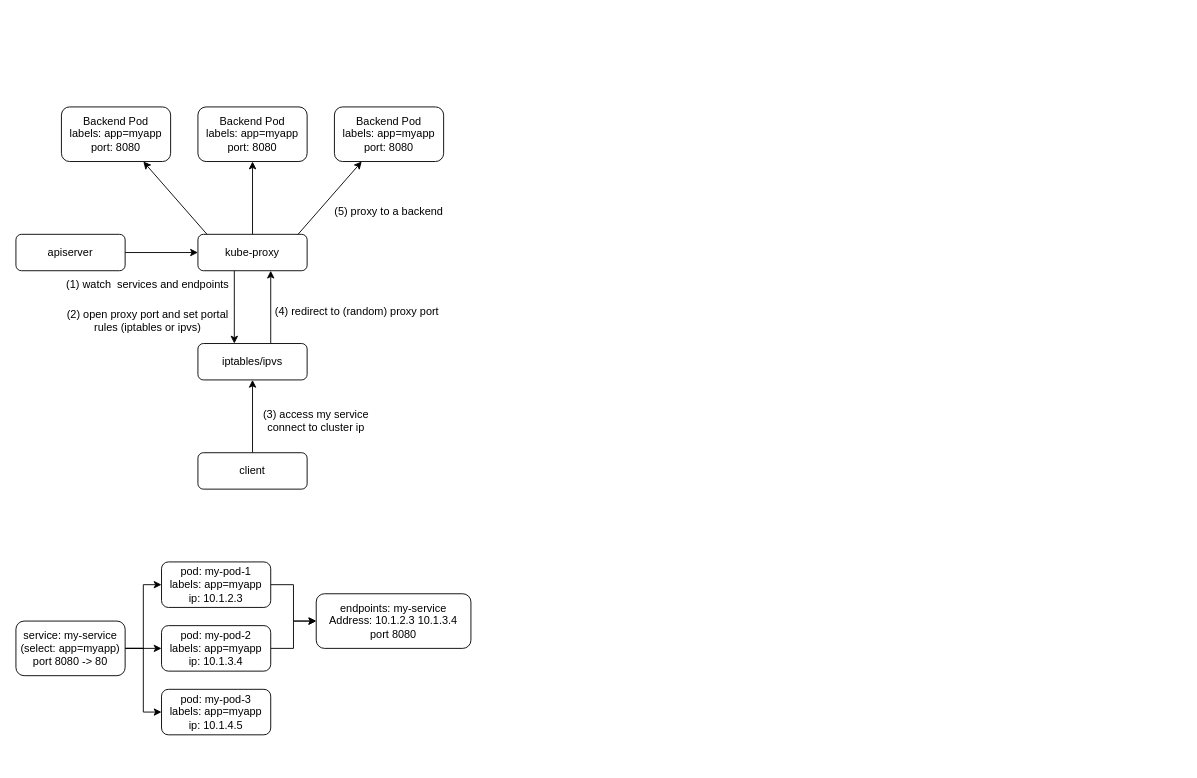
The draw.io diagram page "Page-1" (1 of 7) of alb-ingress-controller.drawio in wehyy/my-world, before the edit. Source tidied: cells renumbered, new cells numbered last; positions are measured from the earlier drawing's top-left corner, leaving out a move shared by most shapes. Both pictures are drawn from the tidied source at 91%, with x=0, y=0 at pixel (15, 106).
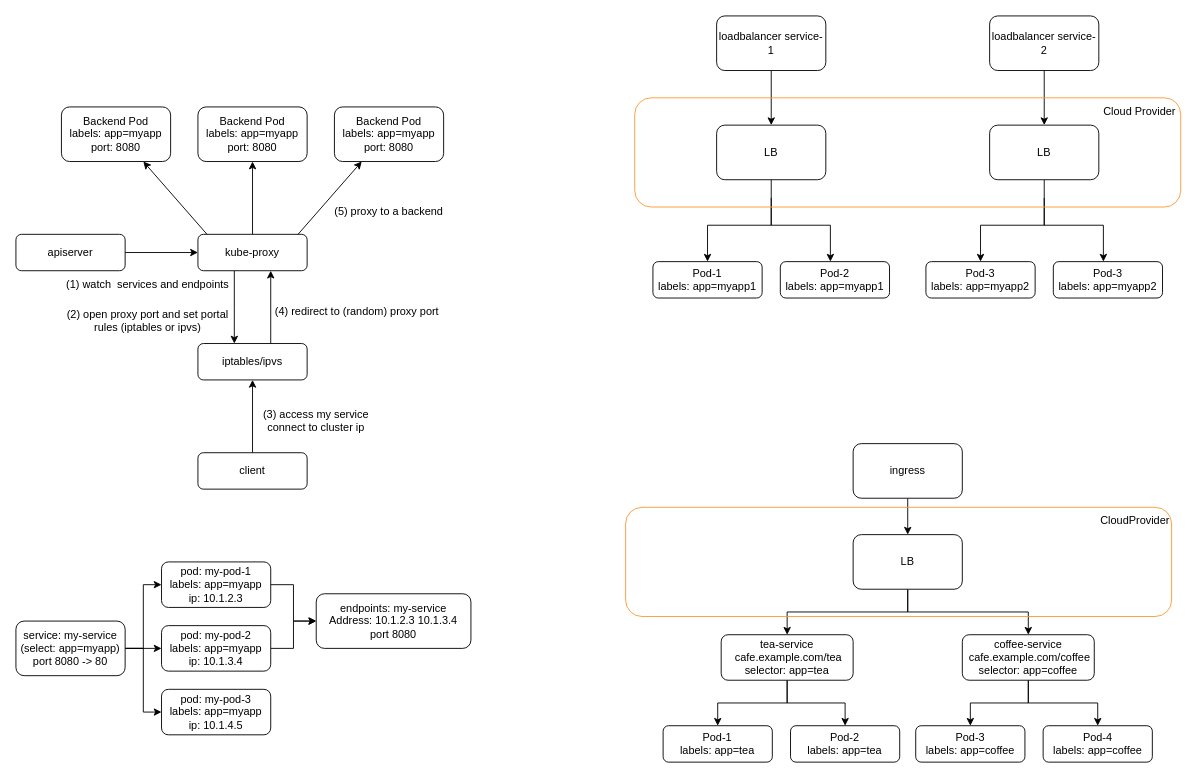
After the change.

What changed in the source:
```diff
@@
+    <mxCell id="31" style="edgeStyle=orthogonalEdgeStyle;rounded=0;jettySize=auto;html=1;" parent="1" edge="1" source="32" target="35">
+      <mxGeometry relative="1" as="geometry" />
+    </mxCell>
+    <mxCell id="32" value="&lt;font style=&quot;font-size: 12px;&quot;&gt;loadbalancer service-1&lt;/font&gt;" style="rounded=1;whiteSpace=wrap;html=1;fontSize=9;" parent="1" vertex="1">
+      <mxGeometry x="770" y="-100" width="120" height="60" as="geometry" />
+    </mxCell>
+    <mxCell id="33" style="edgeStyle=orthogonalEdgeStyle;rounded=0;jettySize=auto;html=1;exitX=0.5;exitY=1;exitDx=0;exitDy=0;" parent="1" edge="1" source="35" target="36">
+      <mxGeometry relative="1" as="geometry">
+        <Array as="points">
+          <mxPoint x="830" y="130" />
+          <mxPoint x="760" y="130" />
+        </Array>
+      </mxGeometry>
+    </mxCell>
+    <mxCell id="34" style="edgeStyle=orthogonalEdgeStyle;rounded=0;jettySize=auto;html=1;" parent="1" edge="1" target="37">
+      <mxGeometry relative="1" as="geometry">
+        <mxPoint x="830" y="100" as="sourcePoint" />
+        <Array as="points">
+          <mxPoint x="830" y="130" />
+          <mxPoint x="895" y="130" />
+        </Array>
+      </mxGeometry>
+    </mxCell>
+    <mxCell id="35" value="LB" style="whiteSpace=wrap;html=1;rounded=1;" parent="1" vertex="1">
+      <mxGeometry x="770" y="20" width="120" height="60" as="geometry" />
+    </mxCell>
+    <mxCell id="36" value="Pod-1&lt;br&gt;labels: app=myapp1" style="whiteSpace=wrap;html=1;rounded=1;" parent="1" vertex="1">
+      <mxGeometry x="700" y="170" width="120" height="40" as="geometry" />
+    </mxCell>
+    <mxCell id="37" value="Pod-2&lt;br&gt;labels: app=myapp1" style="whiteSpace=wrap;html=1;rounded=1;" parent="1" vertex="1">
+      <mxGeometry x="840" y="170" width="120" height="40" as="geometry" />
+    </mxCell>
+    <mxCell id="38" style="edgeStyle=orthogonalEdgeStyle;rounded=0;jettySize=auto;html=1;" parent="1" edge="1" source="39" target="42">
+      <mxGeometry relative="1" as="geometry" />
+    </mxCell>
+    <mxCell id="39" value="loadbalancer service-2" style="rounded=1;whiteSpace=wrap;html=1;" parent="1" vertex="1">
+      <mxGeometry x="1070" y="-100" width="120" height="60" as="geometry" />
+    </mxCell>
+    <mxCell id="40" style="edgeStyle=orthogonalEdgeStyle;rounded=0;jettySize=auto;html=1;exitX=0.5;exitY=1;exitDx=0;exitDy=0;" parent="1" edge="1" source="42" target="43">
+      <mxGeometry relative="1" as="geometry">
+        <Array as="points">
+          <mxPoint x="1130" y="130" />
+          <mxPoint x="1060" y="130" />
+        </Array>
+      </mxGeometry>
+    </mxCell>
+    <mxCell id="41" style="edgeStyle=orthogonalEdgeStyle;rounded=0;jettySize=auto;html=1;" parent="1" edge="1" target="44">
+      <mxGeometry relative="1" as="geometry">
+        <mxPoint x="1130" y="100" as="sourcePoint" />
+        <Array as="points">
+          <mxPoint x="1130" y="130" />
+          <mxPoint x="1195" y="130" />
+        </Array>
+      </mxGeometry>
+    </mxCell>
+    <mxCell id="42" value="LB" style="whiteSpace=wrap;html=1;rounded=1;" parent="1" vertex="1">
+      <mxGeometry x="1070" y="20" width="120" height="60" as="geometry" />
+    </mxCell>
+    <mxCell id="43" value="Pod-3&lt;br&gt;labels: app=myapp2" style="whiteSpace=wrap;html=1;rounded=1;" parent="1" vertex="1">
+      <mxGeometry x="1000" y="170" width="120" height="40" as="geometry" />
+    </mxCell>
+    <mxCell id="44" value="Pod-3&lt;br&gt;labels: app=myapp2" style="whiteSpace=wrap;html=1;rounded=1;" parent="1" vertex="1">
+      <mxGeometry x="1140" y="170" width="120" height="40" as="geometry" />
+    </mxCell>
+    <mxCell id="45" style="rounded=1;whiteSpace=wrap;html=1;fillColor=none;strokeColor=#FF9933;" parent="1" vertex="1">
+      <mxGeometry x="680" y="-10" width="600" height="120" as="geometry" />
+    </mxCell>
+    <mxCell id="46" value="Cloud Provider" style="text;html=1;strokeColor=none;fillColor=none;align=center;verticalAlign=middle;whiteSpace=wrap;rounded=0;" parent="1" vertex="1">
+      <mxGeometry x="1190" y="-10" width="90" height="30" as="geometry" />
+    </mxCell>
+    <mxCell id="47" style="edgeStyle=orthogonalEdgeStyle;rounded=0;jettySize=auto;html=1;" parent="1" edge="1" source="48" target="51">
+      <mxGeometry relative="1" as="geometry" />
+    </mxCell>
+    <mxCell id="48" value="ingress" style="rounded=1;whiteSpace=wrap;html=1;" parent="1" vertex="1">
+      <mxGeometry x="920" y="370" width="120" height="60" as="geometry" />
+    </mxCell>
+    <mxCell id="49" style="edgeStyle=orthogonalEdgeStyle;rounded=0;jettySize=auto;html=1;" parent="1" edge="1" source="51" target="54">
+      <mxGeometry relative="1" as="geometry" />
+    </mxCell>
+    <mxCell id="50" style="edgeStyle=orthogonalEdgeStyle;rounded=0;jettySize=auto;html=1;entryX=0.5;entryY=0;entryDx=0;entryDy=0;" parent="1" edge="1" source="51" target="57">
+      <mxGeometry relative="1" as="geometry" />
+    </mxCell>
+    <mxCell id="51" value="LB" style="whiteSpace=wrap;html=1;rounded=1;" parent="1" vertex="1">
+      <mxGeometry x="920" y="470" width="120" height="60" as="geometry" />
+    </mxCell>
+    <mxCell id="52" style="edgeStyle=orthogonalEdgeStyle;rounded=0;jettySize=auto;html=1;" parent="1" edge="1" source="54" target="59">
+      <mxGeometry relative="1" as="geometry" />
+    </mxCell>
+    <mxCell id="53" style="edgeStyle=orthogonalEdgeStyle;rounded=0;jettySize=auto;html=1;" parent="1" edge="1" source="54" target="58">
+      <mxGeometry relative="1" as="geometry" />
+    </mxCell>
+    <mxCell id="54" value="tea-service&lt;br&gt;&amp;nbsp;cafe.example.com/tea&lt;br&gt;selector: app=tea" style="whiteSpace=wrap;html=1;rounded=1;" parent="1" vertex="1">
+      <mxGeometry x="775" y="580" width="145" height="50" as="geometry" />
+    </mxCell>
+    <mxCell id="55" style="edgeStyle=orthogonalEdgeStyle;rounded=0;jettySize=auto;html=1;entryX=0.5;entryY=0;entryDx=0;entryDy=0;" parent="1" edge="1" source="57" target="60">
+      <mxGeometry relative="1" as="geometry" />
+    </mxCell>
+    <mxCell id="56" style="edgeStyle=orthogonalEdgeStyle;rounded=0;jettySize=auto;html=1;entryX=0.5;entryY=0;entryDx=0;entryDy=0;" parent="1" edge="1" source="57" target="61">
+      <mxGeometry relative="1" as="geometry" />
+    </mxCell>
+    <mxCell id="57" value="coffee-service&lt;br&gt;&amp;nbsp;cafe.example.com/coffee&lt;br&gt;selector: app=coffee" style="whiteSpace=wrap;html=1;rounded=1;" parent="1" vertex="1">
+      <mxGeometry x="1040" y="580" width="145" height="50" as="geometry" />
+    </mxCell>
+    <mxCell id="58" value="Pod-1&lt;br&gt;labels: app=tea" style="whiteSpace=wrap;html=1;rounded=1;" parent="1" vertex="1">
+      <mxGeometry x="711.2" y="680" width="120" height="40" as="geometry" />
+    </mxCell>
+    <mxCell id="59" value="Pod-2&lt;br&gt;labels: app=tea" style="whiteSpace=wrap;html=1;rounded=1;" parent="1" vertex="1">
+      <mxGeometry x="851.2" y="680" width="120" height="40" as="geometry" />
+    </mxCell>
+    <mxCell id="60" value="Pod-3&lt;br&gt;labels: app=coffee" style="whiteSpace=wrap;html=1;rounded=1;" parent="1" vertex="1">
+      <mxGeometry x="988.8" y="680" width="120" height="40" as="geometry" />
+    </mxCell>
+    <mxCell id="61" value="Pod-4&lt;br&gt;labels: app=coffee" style="whiteSpace=wrap;html=1;rounded=1;" parent="1" vertex="1">
+      <mxGeometry x="1128.8" y="680" width="120" height="40" as="geometry" />
+    </mxCell>
+    <mxCell id="62" style="rounded=1;whiteSpace=wrap;html=1;fillColor=none;strokeColor=#FF9933;" parent="1" vertex="1">
+      <mxGeometry x="670" y="440" width="600" height="120" as="geometry" />
+    </mxCell>
+    <mxCell id="63" value="CloudProvider" style="text;html=1;strokeColor=none;fillColor=none;align=center;verticalAlign=middle;whiteSpace=wrap;rounded=0;" parent="1" vertex="1">
+      <mxGeometry x="1200" y="440" width="60" height="30" as="geometry" />
+    </mxCell>
```
